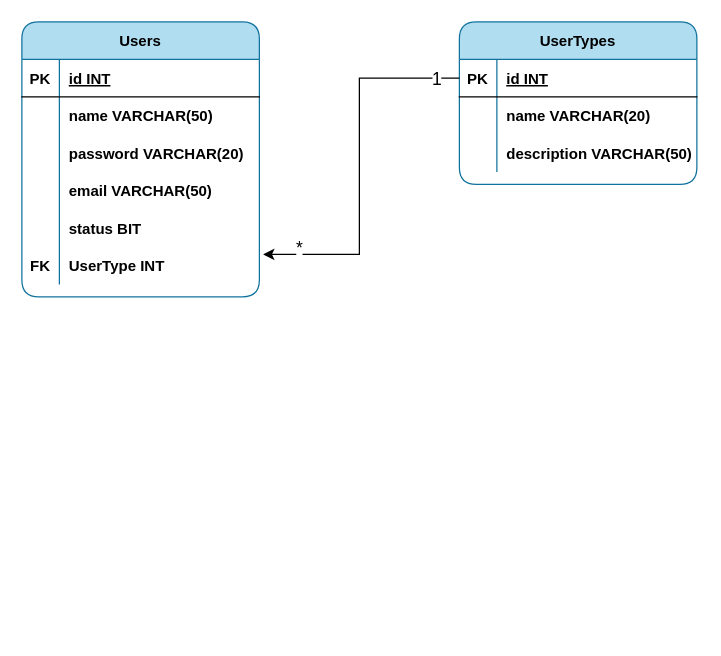
The draw.io diagram Diagramas/Diagrama BD.drawio in DEKME3/2021-2-PROYCVDS-DEKME3, before the edit. Source tidied: cells renumbered, new cells numbered last; positions are measured from the earlier drawing's top-left corner, leaving out a move shared by most shapes. Both pictures are drawn from the tidied source at 125%, with x=0, y=0 at pixel (21, 21).
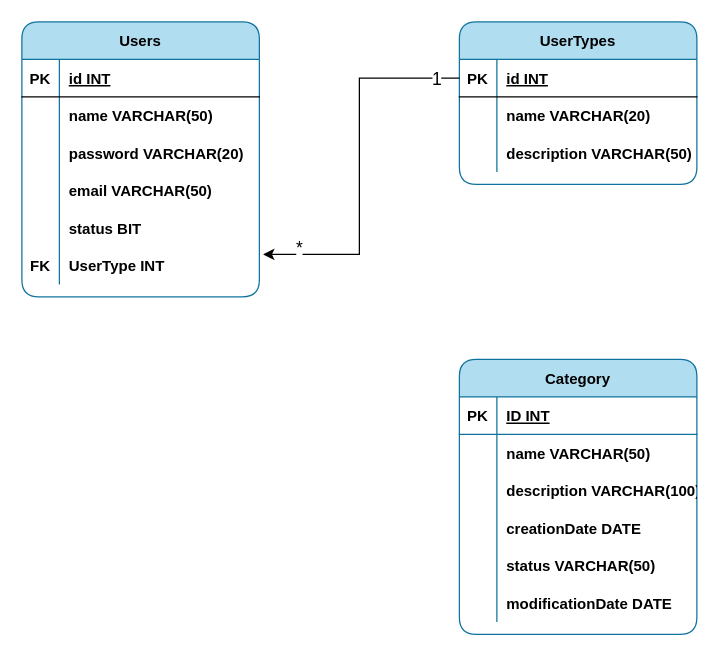
The same page after the edit.

What changed in the source:
```diff
@@
+    <mxCell id="34" value="Category" style="shape=table;startSize=30;childLayout=tableLayout;rowLines=0;fontStyle=1;align=center;rounded=1;strokeColor=#10739e;fillColor=#b1ddf0;" parent="1" vertex="1">
+      <mxGeometry x="350" y="270" width="190" height="220" as="geometry" />
+    </mxCell>
+    <mxCell id="35" style="shape=partialRectangle;fillColor=none;top=0;left=0;bottom=1;right=0;rounded=1;startSize=30;strokeColor=#10739e;" parent="34" vertex="1">
+      <mxGeometry y="30" width="190" height="30" as="geometry" />
+    </mxCell>
+    <mxCell id="36" value="PK" style="shape=partialRectangle;fillColor=none;top=0;left=0;bottom=0;right=0;fontStyle=1;overflow=hidden;rounded=1;startSize=30;strokeColor=#10739e;" parent="35" vertex="1">
+      <mxGeometry width="30" height="30" as="geometry" />
+    </mxCell>
+    <mxCell id="37" value="ID INT" style="shape=partialRectangle;fillColor=none;top=0;left=0;bottom=0;right=0;align=left;spacingLeft=6;fontStyle=5;overflow=hidden;rounded=1;startSize=30;strokeColor=#10739e;" parent="35" vertex="1">
+      <mxGeometry x="30" width="160" height="30" as="geometry" />
+    </mxCell>
+    <mxCell id="38" style="shape=partialRectangle;fillColor=none;top=0;left=0;bottom=0;right=0;rounded=1;startSize=30;strokeColor=#10739e;" parent="34" vertex="1">
+      <mxGeometry y="60" width="190" height="30" as="geometry" />
+    </mxCell>
+    <mxCell id="39" style="shape=partialRectangle;fillColor=none;top=0;left=0;bottom=0;right=0;overflow=hidden;rounded=1;startSize=30;strokeColor=#10739e;" parent="38" vertex="1">
+      <mxGeometry width="30" height="30" as="geometry" />
+    </mxCell>
+    <mxCell id="40" value="name VARCHAR(50)" style="shape=partialRectangle;fillColor=none;top=0;left=0;bottom=0;right=0;align=left;spacingLeft=6;overflow=hidden;rounded=1;startSize=30;strokeColor=#10739e;fontStyle=1;" parent="38" vertex="1">
+      <mxGeometry x="30" width="160" height="30" as="geometry" />
+    </mxCell>
+    <mxCell id="41" style="shape=partialRectangle;fillColor=none;top=0;left=0;bottom=0;right=0;rounded=1;startSize=30;strokeColor=#10739e;" parent="34" vertex="1">
+      <mxGeometry y="90" width="190" height="30" as="geometry" />
+    </mxCell>
+    <mxCell id="42" style="shape=partialRectangle;fillColor=none;top=0;left=0;bottom=0;right=0;overflow=hidden;rounded=1;startSize=30;strokeColor=#10739e;" parent="41" vertex="1">
+      <mxGeometry width="30" height="30" as="geometry" />
+    </mxCell>
+    <mxCell id="43" value="description VARCHAR(100)" style="shape=partialRectangle;fillColor=none;top=0;left=0;bottom=0;right=0;align=left;spacingLeft=6;overflow=hidden;rounded=1;startSize=30;strokeColor=#10739e;fontStyle=1;" parent="41" vertex="1">
+      <mxGeometry x="30" width="160" height="30" as="geometry" />
+    </mxCell>
+    <mxCell id="44" style="shape=partialRectangle;fillColor=none;top=0;left=0;bottom=0;right=0;rounded=1;startSize=30;strokeColor=#10739e;" parent="34" vertex="1">
+      <mxGeometry y="120" width="190" height="30" as="geometry" />
+    </mxCell>
+    <mxCell id="45" style="shape=partialRectangle;fillColor=none;top=0;left=0;bottom=0;right=0;overflow=hidden;rounded=1;startSize=30;strokeColor=#10739e;" parent="44" vertex="1">
+      <mxGeometry width="30" height="30" as="geometry" />
+    </mxCell>
+    <mxCell id="46" value="creationDate DATE" style="shape=partialRectangle;fillColor=none;top=0;left=0;bottom=0;right=0;align=left;spacingLeft=6;overflow=hidden;rounded=1;startSize=30;strokeColor=#10739e;fontStyle=1;" parent="44" vertex="1">
+      <mxGeometry x="30" width="160" height="30" as="geometry" />
+    </mxCell>
+    <mxCell id="47" style="shape=partialRectangle;fillColor=none;top=0;left=0;bottom=0;right=0;rounded=1;startSize=30;strokeColor=#10739e;" parent="34" vertex="1">
+      <mxGeometry y="150" width="190" height="30" as="geometry" />
+    </mxCell>
+    <mxCell id="48" style="shape=partialRectangle;fillColor=none;top=0;left=0;bottom=0;right=0;overflow=hidden;rounded=1;startSize=30;strokeColor=#10739e;" parent="47" vertex="1">
+      <mxGeometry width="30" height="30" as="geometry" />
+    </mxCell>
+    <mxCell id="49" value="status VARCHAR(50)" style="shape=partialRectangle;fillColor=none;top=0;left=0;bottom=0;right=0;align=left;spacingLeft=6;overflow=hidden;rounded=1;startSize=30;strokeColor=#10739e;fontStyle=1;" parent="47" vertex="1">
+      <mxGeometry x="30" width="160" height="30" as="geometry" />
+    </mxCell>
+    <mxCell id="50" style="shape=partialRectangle;fillColor=none;top=0;left=0;bottom=0;right=0;rounded=1;startSize=30;strokeColor=#10739e;" parent="34" vertex="1">
+      <mxGeometry y="180" width="190" height="30" as="geometry" />
+    </mxCell>
+    <mxCell id="51" style="shape=partialRectangle;fillColor=none;top=0;left=0;bottom=0;right=0;overflow=hidden;rounded=1;startSize=30;strokeColor=#10739e;" parent="50" vertex="1">
+      <mxGeometry width="30" height="30" as="geometry" />
+    </mxCell>
+    <mxCell id="52" value="modificationDate DATE" style="shape=partialRectangle;fillColor=none;top=0;left=0;bottom=0;right=0;align=left;spacingLeft=6;overflow=hidden;rounded=1;startSize=30;strokeColor=#10739e;fontStyle=1;" parent="50" vertex="1">
+      <mxGeometry x="30" width="160" height="30" as="geometry" />
+    </mxCell>
```
